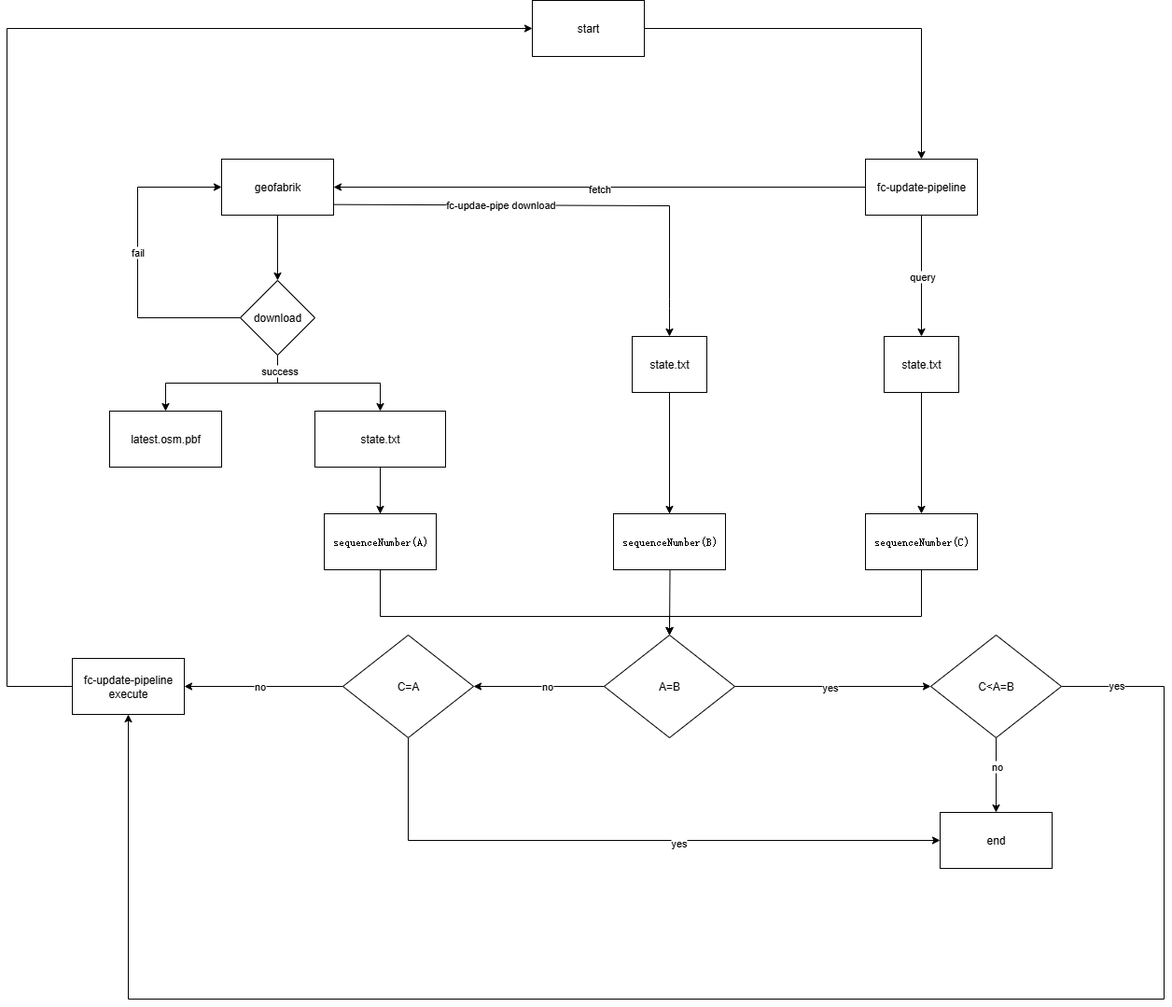
Above: fc update.drawio.png in 472542625/drawio (draw.io), before the change. Source tidied: cells renumbered, new cells last; positions are measured from the earlier drawing's top-left corner, leaving out a move shared by most shapes. Its diagram source:
```xml
<mxGraphModel>
  <root>
    <mxCell id="0" />
    <mxCell id="1" parent="0" />
    <mxCell id="2" style="edgeStyle=orthogonalEdgeStyle;rounded=0;jettySize=auto;html=1;entryX=0;entryY=0.5;entryDx=0;entryDy=0;" parent="1" edge="1" source="3" target="23">
      <mxGeometry relative="1" as="geometry" />
    </mxCell>
    <mxCell id="3" value="geofabrik" style="rounded=0;whiteSpace=wrap;html=1;" parent="1" vertex="1">
      <mxGeometry x="230" y="170" width="120" height="60" as="geometry" />
    </mxCell>
    <mxCell id="4" value="latest.osm.pbf" style="rounded=0;whiteSpace=wrap;html=1;" parent="1" vertex="1">
      <mxGeometry x="110" y="440" width="120" height="60" as="geometry" />
    </mxCell>
    <mxCell id="5" style="edgeStyle=orthogonalEdgeStyle;rounded=0;jettySize=auto;html=1;" parent="1" edge="1" source="6" target="25">
      <mxGeometry relative="1" as="geometry" />
    </mxCell>
    <mxCell id="6" value="state.txt" style="rounded=0;whiteSpace=wrap;html=1;" parent="1" vertex="1">
      <mxGeometry x="330" y="440" width="140" height="60" as="geometry" />
    </mxCell>
    <mxCell id="7" style="edgeStyle=orthogonalEdgeStyle;rounded=0;jettySize=auto;html=1;entryX=1;entryY=0.5;entryDx=0;entryDy=0;" parent="1" edge="1" source="11" target="3">
      <mxGeometry relative="1" as="geometry" />
    </mxCell>
    <mxCell id="8" value="fetch" style="edgeLabel;html=1;align=center;verticalAlign=middle;" parent="7" vertex="1">
      <mxGeometry y="1" relative="1" as="geometry" />
    </mxCell>
    <mxCell id="9" style="edgeStyle=orthogonalEdgeStyle;rounded=0;jettySize=auto;html=1;entryX=0.5;entryY=0;entryDx=0;entryDy=0;" parent="1" edge="1" source="11" target="27">
      <mxGeometry relative="1" as="geometry" />
    </mxCell>
    <mxCell id="10" value="query" style="edgeLabel;html=1;align=center;verticalAlign=middle;" parent="9" vertex="1">
      <mxGeometry relative="1" as="geometry" />
    </mxCell>
    <mxCell id="11" value="fc-update-pipeline" style="rounded=0;whiteSpace=wrap;html=1;" parent="1" vertex="1">
      <mxGeometry x="920" y="170" width="120" height="60" as="geometry" />
    </mxCell>
    <mxCell id="12" style="edgeStyle=orthogonalEdgeStyle;rounded=0;jettySize=auto;html=1;" parent="1" edge="1" source="13" target="17">
      <mxGeometry relative="1" as="geometry" />
    </mxCell>
    <mxCell id="13" value="state.txt" style="rounded=0;whiteSpace=wrap;html=1;" parent="1" vertex="1">
      <mxGeometry x="670" y="360" width="80" height="60" as="geometry" />
    </mxCell>
    <mxCell id="14" style="endArrow=classic;html=1;rounded=0;exitX=1;exitY=0.811;exitDx=0;exitDy=0;exitPerimeter=0;entryX=0.5;entryY=0;entryDx=0;entryDy=0;" parent="1" edge="1" source="3" target="13">
      <mxGeometry relative="1" as="geometry">
        <Array as="points">
          <mxPoint x="710" y="220" />
          <mxPoint x="710" y="320" />
          <mxPoint x="710" y="330" />
        </Array>
      </mxGeometry>
    </mxCell>
    <mxCell id="15" value="fc-updae-pipe download" style="edgeLabel;html=1;align=center;verticalAlign=middle;" parent="14" vertex="1">
      <mxGeometry x="-0.29" y="1" relative="1" as="geometry" />
    </mxCell>
    <mxCell id="16" style="edgeStyle=orthogonalEdgeStyle;rounded=0;jettySize=auto;html=1;entryX=0.5;entryY=0;entryDx=0;entryDy=0;" parent="1" edge="1" target="34">
      <mxGeometry relative="1" as="geometry">
        <mxPoint x="710" y="540" as="sourcePoint" />
      </mxGeometry>
    </mxCell>
    <mxCell id="17" value="&lt;pre style=&quot;text-align: start; overflow-wrap: break-word; text-wrap-mode: wrap;&quot;&gt;sequenceNumber(B)&lt;/pre&gt;" style="rounded=0;whiteSpace=wrap;html=1;" parent="1" vertex="1">
      <mxGeometry x="650" y="550" width="120" height="60" as="geometry" />
    </mxCell>
    <mxCell id="18" style="edgeStyle=orthogonalEdgeStyle;rounded=0;jettySize=auto;html=1;entryX=0;entryY=0.5;entryDx=0;entryDy=0;" parent="1" edge="1" source="23" target="3">
      <mxGeometry relative="1" as="geometry">
        <Array as="points">
          <mxPoint x="140" y="340" />
          <mxPoint x="140" y="200" />
        </Array>
      </mxGeometry>
    </mxCell>
    <mxCell id="19" value="fail" style="edgeLabel;html=1;align=center;verticalAlign=middle;" parent="18" vertex="1">
      <mxGeometry x="0.06" y="1" relative="1" as="geometry" />
    </mxCell>
    <mxCell id="20" style="edgeStyle=orthogonalEdgeStyle;rounded=0;jettySize=auto;html=1;entryX=0.5;entryY=0;entryDx=0;entryDy=0;" parent="1" edge="1" source="23" target="4">
      <mxGeometry relative="1" as="geometry">
        <Array as="points">
          <mxPoint x="290" y="410" />
          <mxPoint x="170" y="410" />
        </Array>
      </mxGeometry>
    </mxCell>
    <mxCell id="21" style="edgeStyle=orthogonalEdgeStyle;rounded=0;jettySize=auto;html=1;" parent="1" edge="1" source="23" target="6">
      <mxGeometry relative="1" as="geometry" />
    </mxCell>
    <mxCell id="22" value="success" style="edgeLabel;html=1;align=center;verticalAlign=middle;" parent="21" vertex="1">
      <mxGeometry x="-0.81" y="1" relative="1" as="geometry" />
    </mxCell>
    <mxCell id="23" value="download" style="rhombus;whiteSpace=wrap;html=1;direction=south;" parent="1" vertex="1">
      <mxGeometry x="250" y="300" width="80" height="80" as="geometry" />
    </mxCell>
    <mxCell id="24" style="edgeStyle=orthogonalEdgeStyle;rounded=0;jettySize=auto;html=1;entryX=0.5;entryY=0;entryDx=0;entryDy=0;" parent="1" edge="1" target="34">
      <mxGeometry relative="1" as="geometry">
        <mxPoint x="400" y="540" as="sourcePoint" />
        <Array as="points">
          <mxPoint x="400" y="660" />
          <mxPoint x="710" y="660" />
        </Array>
      </mxGeometry>
    </mxCell>
    <mxCell id="25" value="&lt;pre style=&quot;text-align: start; overflow-wrap: break-word; text-wrap-mode: wrap;&quot;&gt;sequenceNumber(A)&lt;/pre&gt;" style="rounded=0;whiteSpace=wrap;html=1;" parent="1" vertex="1">
      <mxGeometry x="340" y="550" width="120" height="60" as="geometry" />
    </mxCell>
    <mxCell id="26" style="edgeStyle=orthogonalEdgeStyle;rounded=0;jettySize=auto;html=1;" parent="1" edge="1" source="27" target="29">
      <mxGeometry relative="1" as="geometry" />
    </mxCell>
    <mxCell id="27" value="state.txt" style="rounded=0;whiteSpace=wrap;html=1;" parent="1" vertex="1">
      <mxGeometry x="940" y="360" width="80" height="60" as="geometry" />
    </mxCell>
    <mxCell id="28" style="edgeStyle=orthogonalEdgeStyle;rounded=0;jettySize=auto;html=1;entryX=0.5;entryY=0;entryDx=0;entryDy=0;" parent="1" edge="1" source="29" target="34">
      <mxGeometry relative="1" as="geometry">
        <Array as="points">
          <mxPoint x="980" y="660" />
          <mxPoint x="710" y="660" />
        </Array>
      </mxGeometry>
    </mxCell>
    <mxCell id="29" value="&lt;pre style=&quot;text-align: start; overflow-wrap: break-word; text-wrap-mode: wrap;&quot;&gt;sequenceNumber(C)&lt;/pre&gt;" style="rounded=0;whiteSpace=wrap;html=1;" parent="1" vertex="1">
      <mxGeometry x="920" y="550" width="120" height="60" as="geometry" />
    </mxCell>
    <mxCell id="30" style="edgeStyle=orthogonalEdgeStyle;rounded=0;jettySize=auto;html=1;entryX=0;entryY=0.5;entryDx=0;entryDy=0;" parent="1" edge="1" source="34" target="39">
      <mxGeometry relative="1" as="geometry" />
    </mxCell>
    <mxCell id="31" value="yes" style="edgeLabel;html=1;align=center;verticalAlign=middle;" parent="30" vertex="1">
      <mxGeometry x="-0.04" y="-2" relative="1" as="geometry">
        <mxPoint y="-2" as="offset" />
      </mxGeometry>
    </mxCell>
    <mxCell id="32" style="edgeStyle=orthogonalEdgeStyle;rounded=0;jettySize=auto;html=1;entryX=1;entryY=0.5;entryDx=0;entryDy=0;" parent="1" edge="1" source="34" target="45">
      <mxGeometry relative="1" as="geometry" />
    </mxCell>
    <mxCell id="33" value="no" style="edgeLabel;html=1;align=center;verticalAlign=middle;" parent="32" vertex="1">
      <mxGeometry x="-0.11" y="-2" relative="1" as="geometry">
        <mxPoint y="1" as="offset" />
      </mxGeometry>
    </mxCell>
    <mxCell id="34" value="A=B" style="rhombus;whiteSpace=wrap;html=1;" parent="1" vertex="1">
      <mxGeometry x="640" y="680" width="140" height="110" as="geometry" />
    </mxCell>
    <mxCell id="35" style="edgeStyle=orthogonalEdgeStyle;rounded=0;jettySize=auto;html=1;entryX=0.5;entryY=1;entryDx=0;entryDy=0;" parent="1" edge="1" source="39" target="47">
      <mxGeometry relative="1" as="geometry">
        <Array as="points">
          <mxPoint x="1240" y="735" />
          <mxPoint x="1240" y="1070" />
          <mxPoint x="130" y="1070" />
        </Array>
      </mxGeometry>
    </mxCell>
    <mxCell id="36" value="yes" style="edgeLabel;html=1;align=center;verticalAlign=middle;" parent="35" vertex="1">
      <mxGeometry x="-0.94" y="2" relative="1" as="geometry" />
    </mxCell>
    <mxCell id="37" style="edgeStyle=orthogonalEdgeStyle;rounded=0;jettySize=auto;html=1;" parent="1" edge="1" source="39" target="40">
      <mxGeometry relative="1" as="geometry" />
    </mxCell>
    <mxCell id="38" value="no" style="edgeLabel;html=1;align=center;verticalAlign=middle;" parent="37" vertex="1">
      <mxGeometry x="-0.25" relative="1" as="geometry" />
    </mxCell>
    <mxCell id="39" value="C&amp;lt;A=B" style="rhombus;whiteSpace=wrap;html=1;" parent="1" vertex="1">
      <mxGeometry x="990" y="680" width="140" height="110" as="geometry" />
    </mxCell>
    <mxCell id="40" value="end" style="rounded=0;whiteSpace=wrap;html=1;" parent="1" vertex="1">
      <mxGeometry x="1000" y="870" width="120" height="60" as="geometry" />
    </mxCell>
    <mxCell id="41" style="edgeStyle=orthogonalEdgeStyle;rounded=0;jettySize=auto;html=1;entryX=0;entryY=0.5;entryDx=0;entryDy=0;" parent="1" edge="1" source="45" target="40">
      <mxGeometry relative="1" as="geometry">
        <Array as="points">
          <mxPoint x="430" y="900" />
        </Array>
      </mxGeometry>
    </mxCell>
    <mxCell id="42" value="yes" style="edgeLabel;html=1;align=center;verticalAlign=middle;" parent="41" vertex="1">
      <mxGeometry x="0.17" y="-2" relative="1" as="geometry" />
    </mxCell>
    <mxCell id="43" style="edgeStyle=orthogonalEdgeStyle;rounded=0;jettySize=auto;html=1;entryX=1;entryY=0.5;entryDx=0;entryDy=0;" parent="1" edge="1" source="45" target="47">
      <mxGeometry relative="1" as="geometry" />
    </mxCell>
    <mxCell id="44" value="no" style="edgeLabel;html=1;align=center;verticalAlign=middle;" parent="43" vertex="1">
      <mxGeometry x="0.06" y="-1" relative="1" as="geometry" />
    </mxCell>
    <mxCell id="45" value="C=A" style="rhombus;whiteSpace=wrap;html=1;" parent="1" vertex="1">
      <mxGeometry x="360" y="680" width="140" height="110" as="geometry" />
    </mxCell>
    <mxCell id="46" style="edgeStyle=orthogonalEdgeStyle;rounded=0;jettySize=auto;html=1;entryX=0;entryY=0.5;entryDx=0;entryDy=0;" parent="1" edge="1" source="47" target="49">
      <mxGeometry relative="1" as="geometry">
        <Array as="points">
          <mxPoint y="735" />
          <mxPoint y="30" />
        </Array>
      </mxGeometry>
    </mxCell>
    <mxCell id="47" value="fc-update-pipeline execute" style="rounded=0;whiteSpace=wrap;html=1;" parent="1" vertex="1">
      <mxGeometry x="70" y="705" width="120" height="60" as="geometry" />
    </mxCell>
    <mxCell id="48" style="edgeStyle=orthogonalEdgeStyle;rounded=0;jettySize=auto;html=1;" parent="1" edge="1" source="49" target="11">
      <mxGeometry relative="1" as="geometry" />
    </mxCell>
    <mxCell id="49" value="start" style="rounded=0;whiteSpace=wrap;html=1;" parent="1" vertex="1">
      <mxGeometry x="563" width="120" height="60" as="geometry" />
    </mxCell>
  </root>
</mxGraphModel>
```
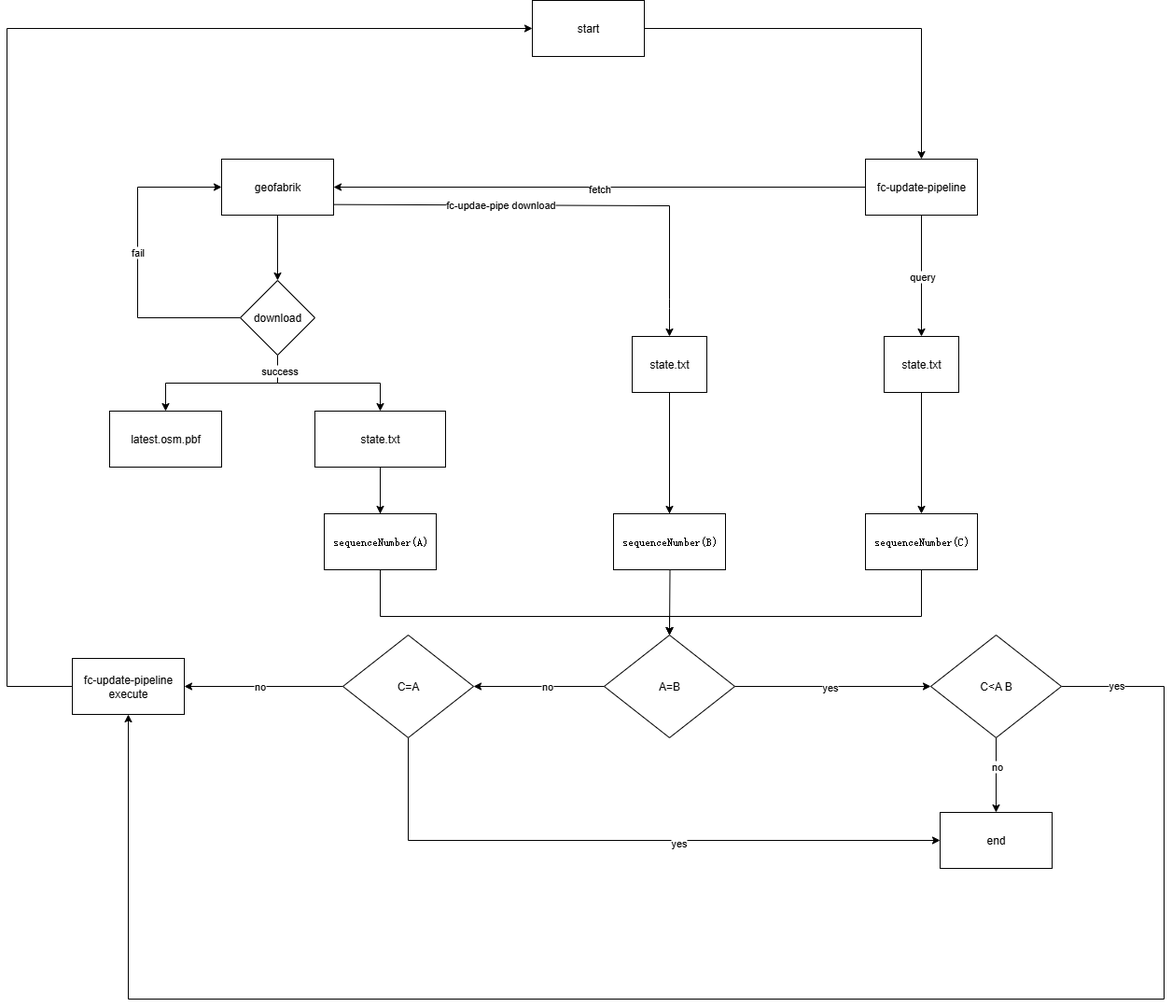
After the commit.

Change to the diagram source:
```diff
@@ -152,7 +152,7 @@
     <mxCell id="38" value="no" style="edgeLabel;html=1;align=center;verticalAlign=middle;" parent="37" vertex="1">
       <mxGeometry x="-0.25" relative="1" as="geometry" />
     </mxCell>
-    <mxCell id="39" value="C&amp;lt;A=B" style="rhombus;whiteSpace=wrap;html=1;" parent="1" vertex="1">
+    <mxCell id="39" value="C&amp;lt;A B" style="rhombus;whiteSpace=wrap;html=1;" parent="1" vertex="1">
       <mxGeometry x="990" y="680" width="140" height="110" as="geometry" />
     </mxCell>
     <mxCell id="40" value="end" style="rounded=0;whiteSpace=wrap;html=1;" parent="1" vertex="1">
```
